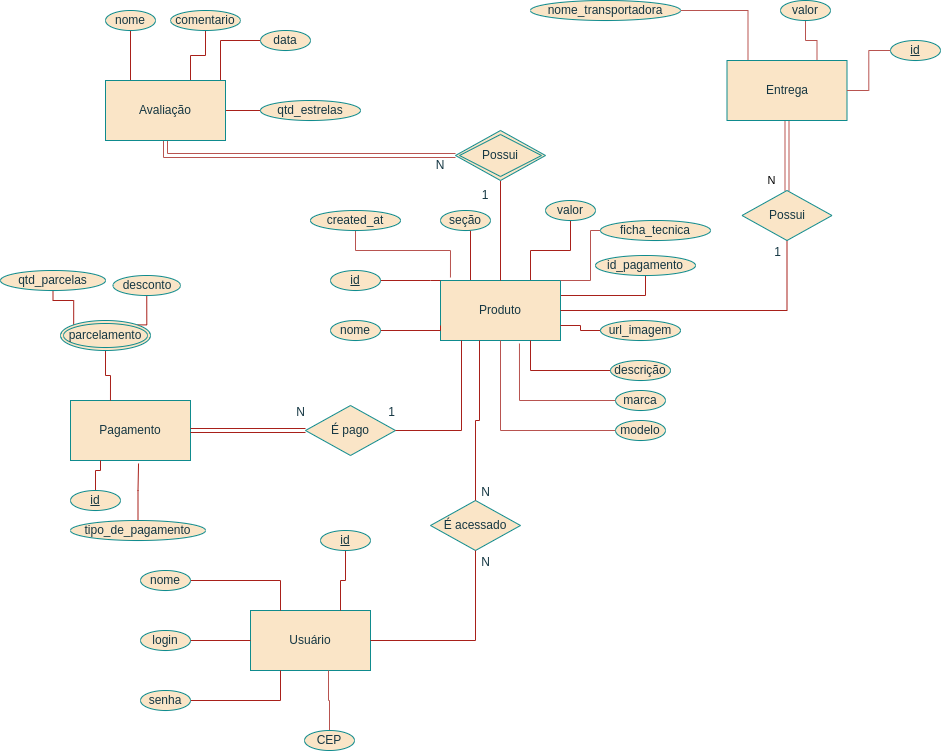
This is docs/diagrama_er.png from wallacy-sebastian/sistema-integracao-precos, a draw.io export, as it was before one commit. Source tidied: cells renumbered, new cells last; positions are measured from the earlier drawing's top-left corner, leaving out a move shared by most shapes.
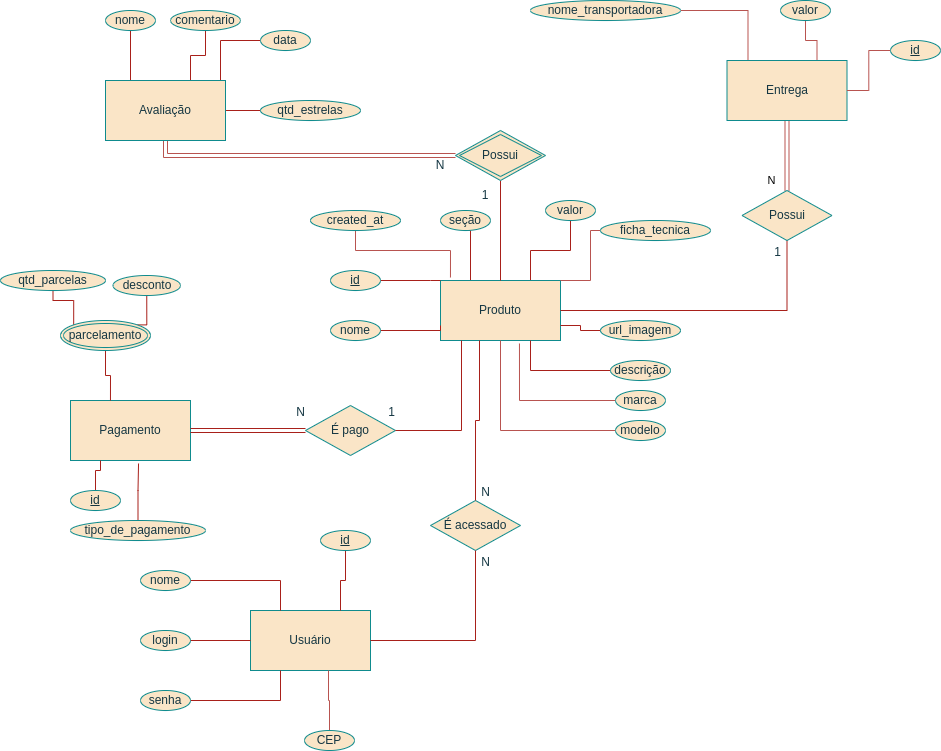
Later version of the same file.

What changed in the source:
```diff
@@ -12,9 +12,6 @@
     <mxCell id="3" style="edgeStyle=orthogonalEdgeStyle;rounded=0;jettySize=auto;html=1;exitX=0.75;exitY=0;exitDx=0;exitDy=0;entryX=0.5;entryY=1;entryDx=0;entryDy=0;endArrow=none;endFill=0;labelBackgroundColor=#DAD2D8;strokeColor=#A8201A;fontColor=#143642;" parent="1" edge="1" source="5" target="31">
       <mxGeometry relative="1" as="geometry" />
     </mxCell>
-    <mxCell id="4" style="edgeStyle=orthogonalEdgeStyle;rounded=0;jettySize=auto;html=1;exitX=1;exitY=0.25;exitDx=0;exitDy=0;entryX=0.5;entryY=1;entryDx=0;entryDy=0;endArrow=none;endFill=0;strokeColor=#A8201A;" parent="1" edge="1" source="5" target="70">
-      <mxGeometry relative="1" as="geometry" />
-    </mxCell>
     <mxCell id="5" value="Produto" style="rounded=0;whiteSpace=wrap;html=1;fillColor=#FAE5C7;strokeColor=#0F8B8D;fontColor=#143642;" parent="1" vertex="1">
       <mxGeometry x="440" y="280" width="120" height="60" as="geometry" />
     </mxCell>
@@ -251,9 +248,6 @@
     <mxCell id="69" value="desconto" style="ellipse;whiteSpace=wrap;html=1;align=center;fillColor=#FAE5C7;strokeColor=#0F8B8D;fontColor=#143642;" parent="1" vertex="1">
       <mxGeometry x="112.5" y="275" width="67.5" height="20" as="geometry" />
     </mxCell>
-    <mxCell id="70" value="id_pagamento" style="ellipse;whiteSpace=wrap;html=1;align=center;fillColor=#FAE5C7;strokeColor=#0F8B8D;fontColor=#143642;" parent="1" vertex="1">
-      <mxGeometry x="595" y="255" width="100" height="20" as="geometry" />
-    </mxCell>
     <mxCell id="71" value="N" style="edgeStyle=orthogonalEdgeStyle;rounded=0;jettySize=auto;html=1;entryX=0.5;entryY=0;entryDx=0;entryDy=0;endArrow=none;endFill=0;fillColor=#f8cecc;strokeColor=#b85450;shape=link;" parent="1" edge="1" source="72">
       <mxGeometry x="0.71" y="-16" relative="1" as="geometry">
         <mxPoint x="786.5" y="190" as="targetPoint" />
```
